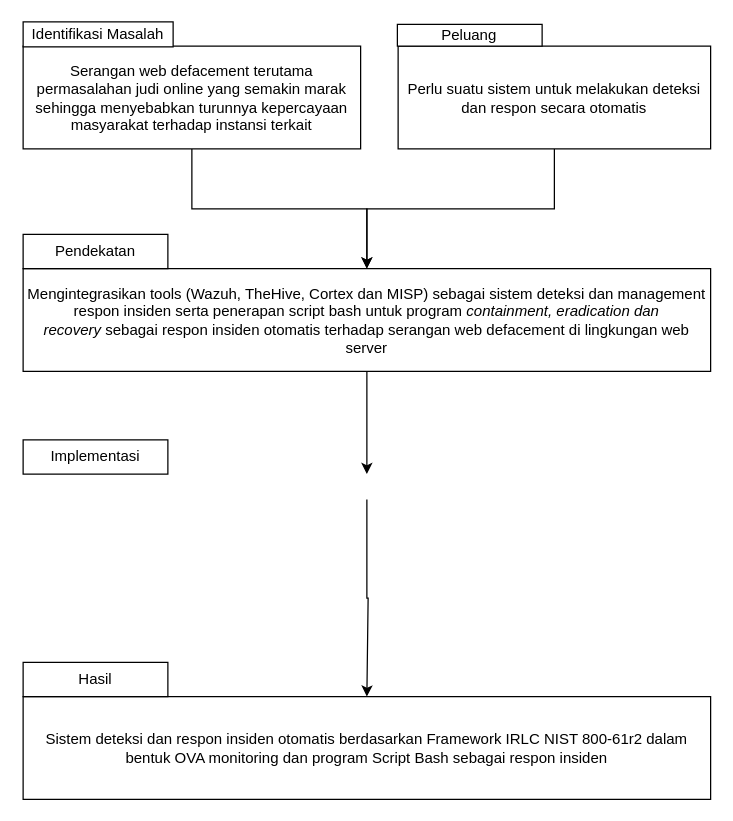
Before: page "Halaman-1" (1 of 3) of Diagram Tanpa Judul.drawio in DzidanIsh/Tugas-Akhir, a draw.io diagram. Source tidied: cells renumbered, new cells numbered last; positions are measured from the earlier drawing's top-left corner, leaving out a move shared by most shapes. Both pictures are drawn from the tidied source at 125%, with x=0, y=0 at pixel (22, 21).
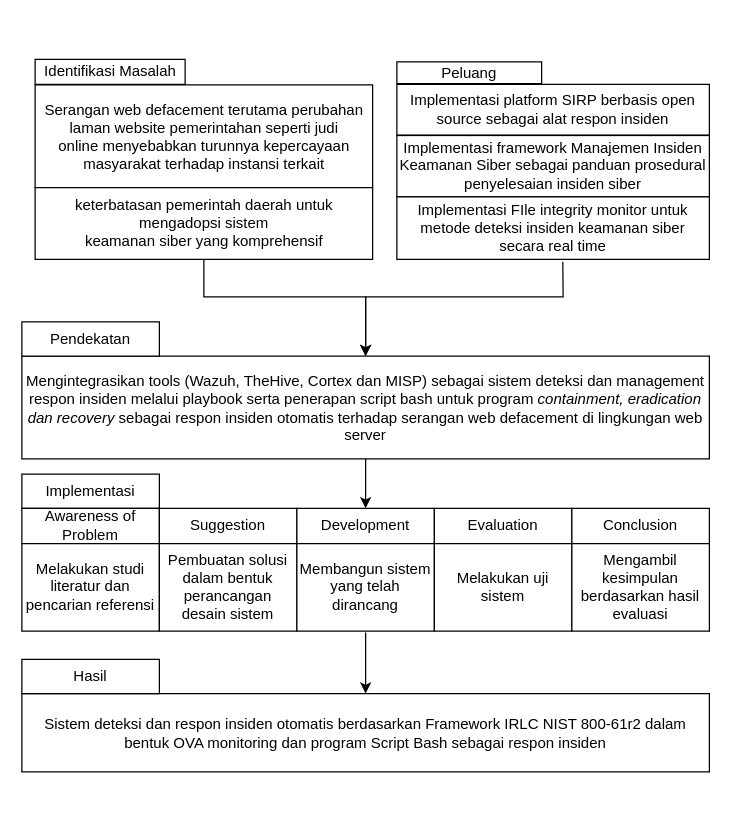
Above is the later version.

Diff of the diagram source:
```diff
@@
     <mxCell id="2" style="edgeStyle=orthogonalEdgeStyle;rounded=0;jettySize=auto;html=1;exitX=0.5;exitY=1;exitDx=0;exitDy=0;entryX=0.5;entryY=0;entryDx=0;entryDy=0;" parent="1" edge="1" source="3" target="9">
-      <mxGeometry relative="1" as="geometry" />
+      <mxGeometry relative="1" as="geometry">
+        <Array as="points">
+          <mxPoint x="145" y="220" />
+          <mxPoint x="274" y="220" />
+        </Array>
+      </mxGeometry>
     </mxCell>
-    <mxCell id="3" value="&lt;div&gt;Serangan web defacement terutama permasalahan judi online yang semakin marak sehingga menyebabkan turunnya kepercayaan masyarakat terhadap instansi terkait&lt;/div&gt;" style="rounded=0;whiteSpace=wrap;html=1;" parent="1" vertex="1">
-      <mxGeometry y="19.4" width="270" height="82.2" as="geometry" />
+    <mxCell id="3" value="&lt;div&gt;Serangan web defacement terutama perubahan laman website pemerintahan&amp;nbsp;&lt;span style=&quot;background-color: transparent; color: light-dark(rgb(0, 0, 0), rgb(255, 255, 255));&quot;&gt;seperti judi online&lt;/span&gt;&lt;span style=&quot;background-color: transparent; color: light-dark(rgb(0, 0, 0), rgb(255, 255, 255));&quot;&gt;&amp;nbsp;&lt;/span&gt;&lt;span style=&quot;background-color: transparent; color: light-dark(rgb(0, 0, 0), rgb(255, 255, 255));&quot;&gt;menyebabkan turunnya kepercayaan masyarakat terhadap instansi terkait&lt;/span&gt;&lt;/div&gt;" style="rounded=0;whiteSpace=wrap;html=1;" parent="1" vertex="1">
+      <mxGeometry x="9.6" y="50.4" width="270" height="82.2" as="geometry" />
     </mxCell>
     <mxCell id="4" value="Identifikasi Masalah" style="rounded=0;whiteSpace=wrap;html=1;" parent="1" vertex="1">
-      <mxGeometry width="120" height="20" as="geometry" />
+      <mxGeometry x="9.6" y="30" width="120" height="20" as="geometry" />
     </mxCell>
-    <mxCell id="5" style="edgeStyle=orthogonalEdgeStyle;rounded=0;jettySize=auto;html=1;exitX=0.5;exitY=1;exitDx=0;exitDy=0;entryX=0.5;entryY=0;entryDx=0;entryDy=0;" parent="1" edge="1" source="6" target="9">
-      <mxGeometry relative="1" as="geometry" />
-    </mxCell>
-    <mxCell id="6" value="Perlu suatu sistem untuk melakukan deteksi dan respon secara otomatis" style="rounded=0;whiteSpace=wrap;html=1;" parent="1" vertex="1">
-      <mxGeometry x="300" y="19.4" width="250" height="82.2" as="geometry" />
+    <mxCell id="6" value="Implementasi platform SIRP berbasis open source sebagai alat respon insiden" style="rounded=0;whiteSpace=wrap;html=1;" parent="1" vertex="1">
+      <mxGeometry x="299" y="50" width="250" height="40.6" as="geometry" />
     </mxCell>
     <mxCell id="7" value="Peluang" style="rounded=0;whiteSpace=wrap;html=1;" parent="1" vertex="1">
-      <mxGeometry x="299.4" y="2" width="115.8" height="17.4" as="geometry" />
+      <mxGeometry x="299" y="32" width="115.8" height="17.4" as="geometry" />
     </mxCell>
     <mxCell id="8" style="edgeStyle=orthogonalEdgeStyle;rounded=0;jettySize=auto;html=1;exitX=0.5;exitY=1;exitDx=0;exitDy=0;entryX=0.5;entryY=0;entryDx=0;entryDy=0;" parent="1" edge="1" source="9">
       <mxGeometry relative="1" as="geometry">
-        <mxPoint x="275" y="361.8" as="targetPoint" />
+        <mxPoint x="274" y="389.2" as="targetPoint" />
       </mxGeometry>
     </mxCell>
-    <mxCell id="9" value="Mengintegrasikan tools (Wazuh, TheHive, Cortex dan MISP) sebagai sistem deteksi dan management respon insiden serta penerapan script bash untuk program&amp;nbsp;&lt;i&gt;containment, eradication dan recovery&lt;/i&gt;&amp;nbsp;sebagai respon insiden otomatis terhadap serangan web defacement di lingkungan web server" style="rounded=0;whiteSpace=wrap;html=1;" parent="1" vertex="1">
-      <mxGeometry y="197.4" width="550" height="82.2" as="geometry" />
+    <mxCell id="9" value="Mengintegrasikan tools (Wazuh, TheHive, Cortex dan MISP) sebagai sistem deteksi dan management respon insiden melalui playbook serta penerapan script bash untuk program&amp;nbsp;&lt;i&gt;containment, eradication dan recovery&lt;/i&gt;&amp;nbsp;sebagai respon insiden otomatis terhadap serangan web defacement di lingkungan web server" style="rounded=0;whiteSpace=wrap;html=1;" parent="1" vertex="1">
+      <mxGeometry x="-1" y="267.4" width="550" height="82.2" as="geometry" />
     </mxCell>
     <mxCell id="10" value="Pendekatan" style="rounded=0;whiteSpace=wrap;html=1;" parent="1" vertex="1">
-      <mxGeometry y="170" width="115.8" height="27.4" as="geometry" />
+      <mxGeometry x="-1" y="240" width="110" height="27.4" as="geometry" />
     </mxCell>
-    <mxCell id="11" style="edgeStyle=orthogonalEdgeStyle;rounded=0;jettySize=auto;html=1;exitX=0.5;exitY=1;exitDx=0;exitDy=0;entryX=0.5;entryY=0;entryDx=0;entryDy=0;" parent="1" edge="1" target="13">
+    <mxCell id="11" style="edgeStyle=orthogonalEdgeStyle;rounded=0;jettySize=auto;html=1;entryX=0.5;entryY=0;entryDx=0;entryDy=0;" parent="1" edge="1" target="13">
       <mxGeometry relative="1" as="geometry">
-        <mxPoint x="275" y="382" as="sourcePoint" />
+        <mxPoint x="274" y="488.4" as="sourcePoint" />
         <Array as="points">
-          <mxPoint x="276" y="461" />
+          <mxPoint x="274" y="488.4" />
+          <mxPoint x="274" y="488.4" />
         </Array>
       </mxGeometry>
     </mxCell>
     <mxCell id="12" value="Implementasi" style="rounded=0;whiteSpace=wrap;html=1;" parent="1" vertex="1">
-      <mxGeometry y="334.4" width="115.8" height="27.4" as="geometry" />
+      <mxGeometry x="-1" y="361.8" width="110" height="27.4" as="geometry" />
     </mxCell>
     <mxCell id="13" value="Sistem deteksi dan respon insiden otomatis berdasarkan Framework IRLC NIST 800-61r2 dalam bentuk OVA monitoring dan program Script Bash sebagai respon insiden" style="rounded=0;whiteSpace=wrap;html=1;" parent="1" vertex="1">
-      <mxGeometry y="539.8" width="550" height="82.2" as="geometry" />
+      <mxGeometry x="-1" y="537.4" width="550" height="62.6" as="geometry" />
     </mxCell>
     <mxCell id="14" value="Hasil" style="rounded=0;whiteSpace=wrap;html=1;" parent="1" vertex="1">
-      <mxGeometry y="512.4" width="115.8" height="27.4" as="geometry" />
+      <mxGeometry x="-1" y="510" width="110" height="27.4" as="geometry" />
     </mxCell>
+    <mxCell id="15" style="group;" parent="1" vertex="1">
+      <mxGeometry x="-1" y="389.2" width="550" height="28.2" as="geometry" />
+    </mxCell>
+    <mxCell id="16" value="Awareness of Problem" style="rounded=0;whiteSpace=wrap;html=1;" parent="15" vertex="1">
+      <mxGeometry width="110" height="28.2" as="geometry" />
+    </mxCell>
+    <mxCell id="17" value="Suggestion" style="rounded=0;whiteSpace=wrap;html=1;" parent="15" vertex="1">
+      <mxGeometry x="110" width="110" height="28.2" as="geometry" />
+    </mxCell>
+    <mxCell id="18" value="Development" style="rounded=0;whiteSpace=wrap;html=1;" parent="15" vertex="1">
+      <mxGeometry x="220" width="110" height="28.2" as="geometry" />
+    </mxCell>
+    <mxCell id="19" value="Evaluation" style="rounded=0;whiteSpace=wrap;html=1;" parent="15" vertex="1">
+      <mxGeometry x="330" width="110" height="28.2" as="geometry" />
+    </mxCell>
+    <mxCell id="20" value="Conclusion" style="rounded=0;whiteSpace=wrap;html=1;" parent="15" vertex="1">
+      <mxGeometry x="440" width="110" height="28.2" as="geometry" />
+    </mxCell>
+    <mxCell id="21" style="group;" parent="1" vertex="1">
+      <mxGeometry x="-1" y="417.4" width="550" height="70" as="geometry" />
+    </mxCell>
+    <mxCell id="22" value="Melakukan studi literatur dan pencarian referensi" style="rounded=0;whiteSpace=wrap;html=1;" parent="21" vertex="1">
+      <mxGeometry width="110" height="70" as="geometry" />
+    </mxCell>
+    <mxCell id="23" value="Pembuatan solusi dalam bentuk perancangan desain sistem" style="rounded=0;whiteSpace=wrap;html=1;" parent="21" vertex="1">
+      <mxGeometry x="110" width="110" height="70" as="geometry" />
+    </mxCell>
+    <mxCell id="24" value="Membangun sistem yang telah dirancang" style="rounded=0;whiteSpace=wrap;html=1;" parent="21" vertex="1">
+      <mxGeometry x="220" width="110" height="70" as="geometry" />
+    </mxCell>
+    <mxCell id="25" value="Melakukan uji sistem" style="rounded=0;whiteSpace=wrap;html=1;" parent="21" vertex="1">
+      <mxGeometry x="330" width="110" height="70" as="geometry" />
+    </mxCell>
+    <mxCell id="26" value="Mengambil kesimpulan berdasarkan hasil evaluasi" style="rounded=0;whiteSpace=wrap;html=1;" parent="21" vertex="1">
+      <mxGeometry x="440" width="110" height="70" as="geometry" />
+    </mxCell>
+    <mxCell id="27" value="Implementasi framework Manajemen Insiden Keamanan Siber sebagai panduan prosedural penyelesaian insiden siber" style="rounded=0;whiteSpace=wrap;html=1;" parent="1" vertex="1">
+      <mxGeometry x="299" y="90.9" width="250" height="49" as="geometry" />
+    </mxCell>
+    <mxCell id="28" value="&lt;div&gt;Implementasi FIle integrity monitor untuk metode deteksi insiden keamanan siber secara real time&lt;/div&gt;" style="rounded=0;whiteSpace=wrap;html=1;" parent="1" vertex="1">
+      <mxGeometry x="299" y="140" width="250" height="50" as="geometry" />
+    </mxCell>
+    <mxCell id="29" value="&lt;font style=&quot;font-size: 12px;&quot; face=&quot;Helvetica&quot;&gt;keterbatasan pemerintah daerah untuk mengadopsi sistem&lt;br&gt;keamanan siber yang komprehensif&lt;/font&gt;" style="rounded=0;whiteSpace=wrap;html=1;" parent="1" vertex="1">
+      <mxGeometry x="9.6" y="132.6" width="270" height="57.4" as="geometry" />
+    </mxCell>
+    <mxCell id="30" style="endArrow=classic;html=1;rounded=0;exitX=0.531;exitY=1.038;exitDx=0;exitDy=0;exitPerimeter=0;entryX=0.5;entryY=0;entryDx=0;entryDy=0;" parent="1" edge="1" source="28" target="9">
+      <mxGeometry relative="1" as="geometry">
+        <Array as="points">
+          <mxPoint x="432" y="220" />
+          <mxPoint x="380" y="220" />
+          <mxPoint x="330" y="220" />
+          <mxPoint x="274" y="220" />
+        </Array>
+      </mxGeometry>
+    </mxCell>
```
